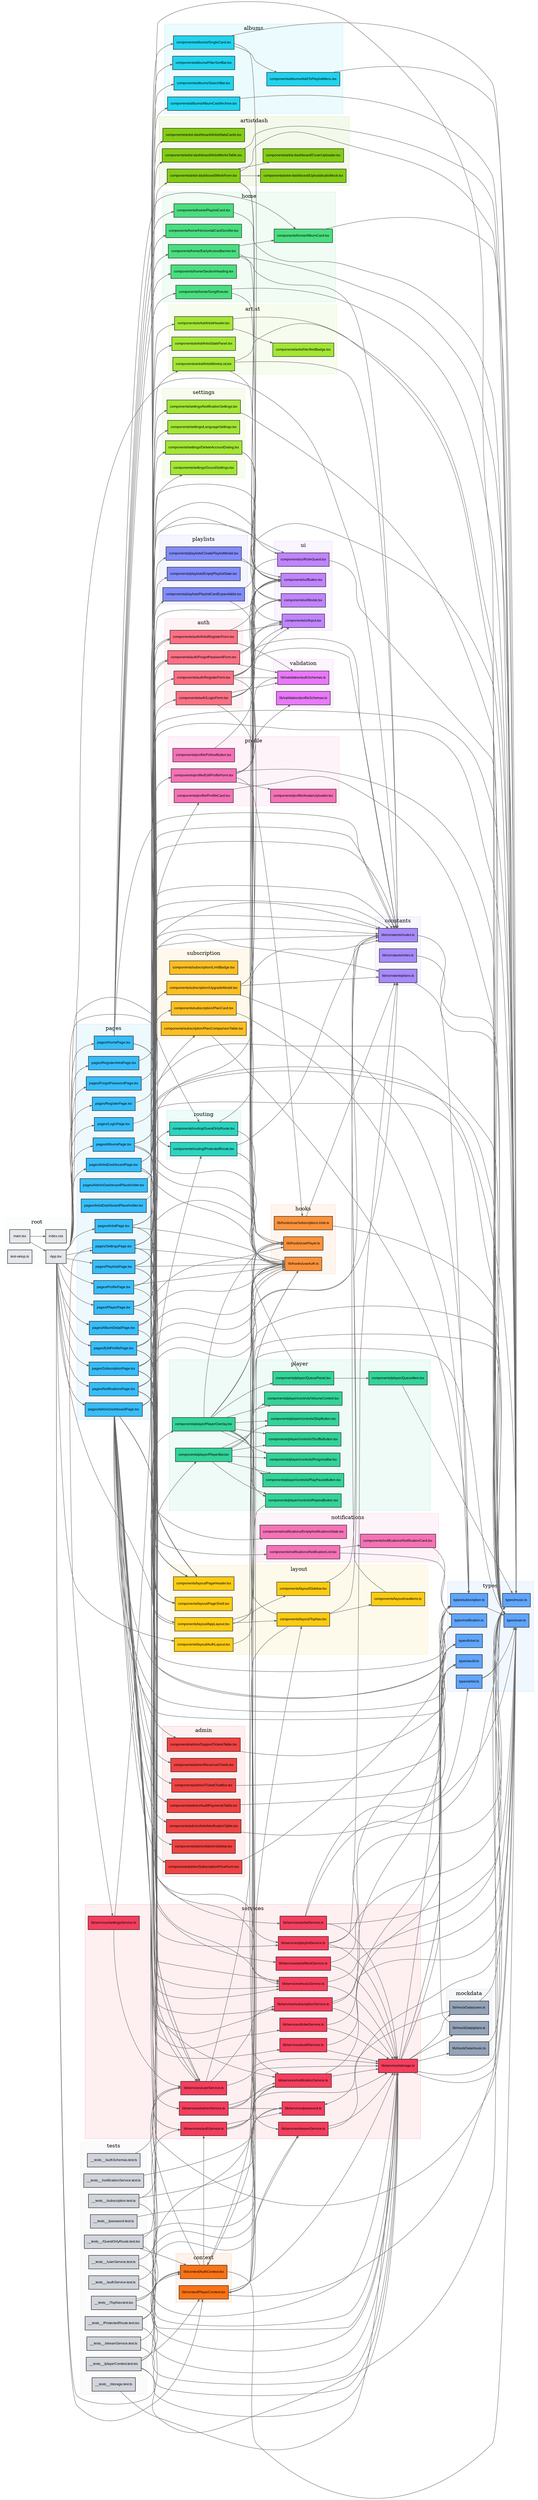
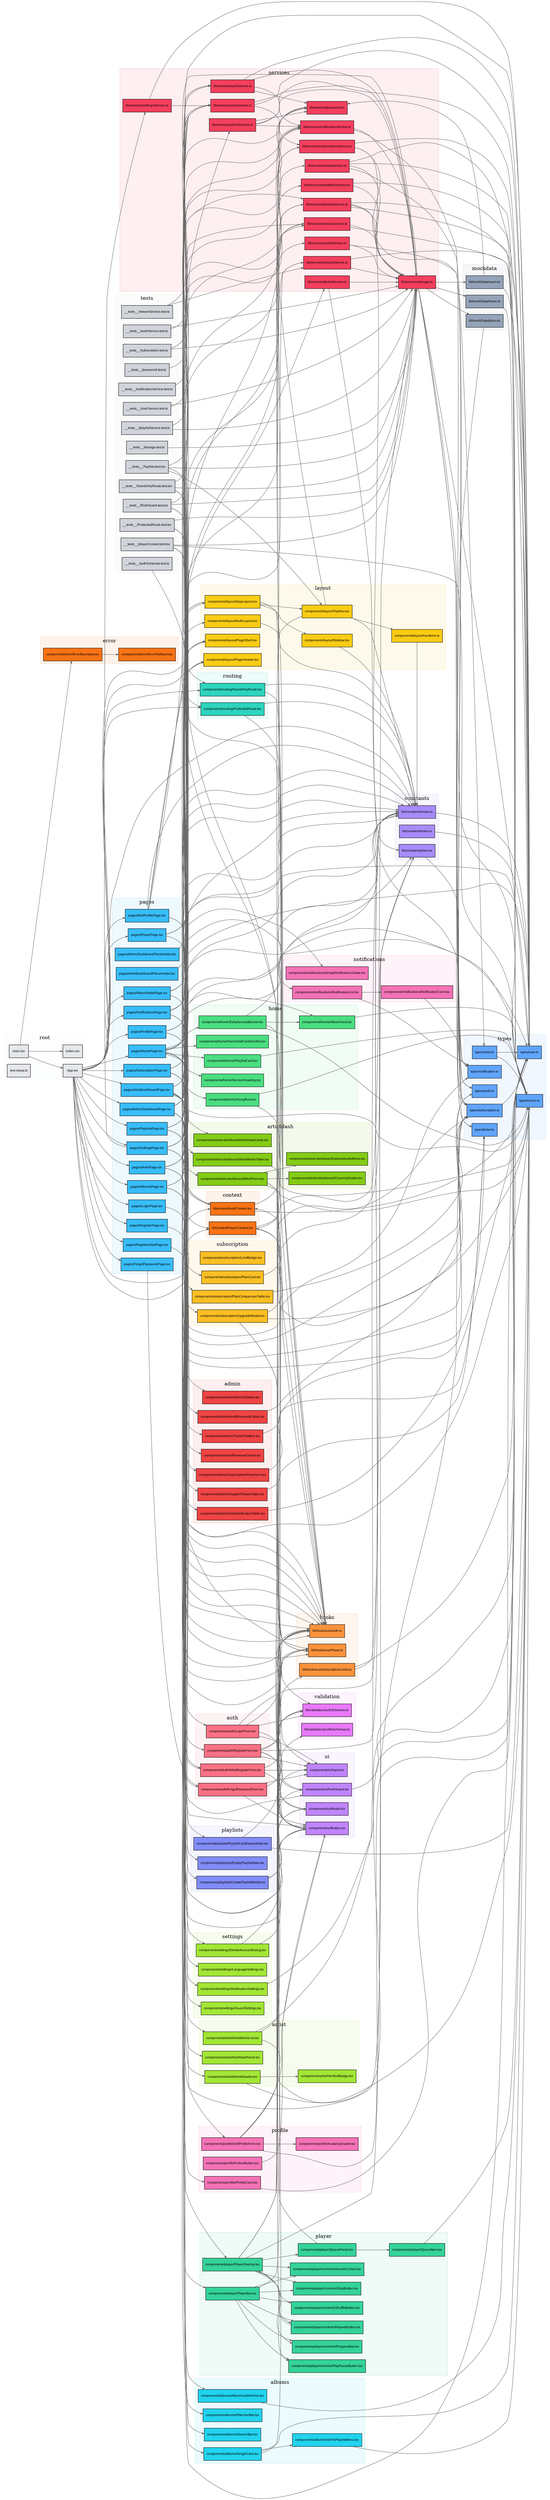
digraph G {
  rankdir=LR;
  node [shape=box, style=filled, fontname="Arial", fontsize=9];
  edge [color="#666666", arrowsize=0.6];
  compound=true;

  subgraph cluster_root {
    label="root";
    style=filled;
    color="#e5e7eb40";
    fillcolor="#e5e7eb15";
    "App.tsx" [fillcolor="#e5e7eb"];
    "index.css" [fillcolor="#e5e7eb"];
    "main.tsx" [fillcolor="#e5e7eb"];
    "test-setup.ts" [fillcolor="#e5e7eb"];
  }

  subgraph cluster_tests {
    label="tests";
    style=filled;
    color="#d1d5db40";
    fillcolor="#d1d5db15";
    "__tests__/GuestOnlyRoute.test.tsx" [fillcolor="#d1d5db"];
    "__tests__/ProtectedRoute.test.tsx" [fillcolor="#d1d5db"];
+     "__tests__/RoleGuard.test.tsx" [fillcolor="#d1d5db"];
    "__tests__/TopNav.test.tsx" [fillcolor="#d1d5db"];
    "__tests__/authSchemas.test.ts" [fillcolor="#d1d5db"];
    "__tests__/authService.test.ts" [fillcolor="#d1d5db"];
    "__tests__/notificationService.test.ts" [fillcolor="#d1d5db"];
    "__tests__/password.test.ts" [fillcolor="#d1d5db"];
    "__tests__/playerContext.test.tsx" [fillcolor="#d1d5db"];
+     "__tests__/playlistService.test.ts" [fillcolor="#d1d5db"];
    "__tests__/storage.test.ts" [fillcolor="#d1d5db"];
    "__tests__/streamService.test.ts" [fillcolor="#d1d5db"];
    "__tests__/subscription.test.ts" [fillcolor="#d1d5db"];
    "__tests__/userService.test.ts" [fillcolor="#d1d5db"];
  }

  subgraph cluster_admin {
    label="admin";
    style=filled;
    color="#ef444440";
    fillcolor="#ef444415";
    "components/admin/AdminSidebar.tsx" [fillcolor="#ef4444"];
    "components/admin/ArtistVerificationTable.tsx" [fillcolor="#ef4444"];
    "components/admin/AuditPaymentsTable.tsx" [fillcolor="#ef4444"];
    "components/admin/RevenueCharts.tsx" [fillcolor="#ef4444"];
    "components/admin/SubscriptionPriceForm.tsx" [fillcolor="#ef4444"];
    "components/admin/SupportTicketsTable.tsx" [fillcolor="#ef4444"];
    "components/admin/TicketChatBox.tsx" [fillcolor="#ef4444"];
  }

  subgraph cluster_albums {
    label="albums";
    style=filled;
    color="#22d3ee40";
    fillcolor="#22d3ee15";
    "components/albums/AddToPlaylistMenu.tsx" [fillcolor="#22d3ee"];
    "components/albums/AlbumCardArchive.tsx" [fillcolor="#22d3ee"];
    "components/albums/FilterSortBar.tsx" [fillcolor="#22d3ee"];
    "components/albums/SearchBar.tsx" [fillcolor="#22d3ee"];
    "components/albums/SingleCard.tsx" [fillcolor="#22d3ee"];
  }

  subgraph cluster_artistdash {
    label="artistdash";
    style=filled;
    color="#84cc1640";
    fillcolor="#84cc1615";
    "components/artist-dashboard/ArtistStatsCards.tsx" [fillcolor="#84cc16"];
    "components/artist-dashboard/ArtistWorksTable.tsx" [fillcolor="#84cc16"];
    "components/artist-dashboard/CoverUploader.tsx" [fillcolor="#84cc16"];
    "components/artist-dashboard/UploadAudioMock.tsx" [fillcolor="#84cc16"];
    "components/artist-dashboard/WorkForm.tsx" [fillcolor="#84cc16"];
  }

  subgraph cluster_artist {
    label="artist";
    style=filled;
    color="#a3e63540";
    fillcolor="#a3e63515";
    "components/artist/ArtistHeader.tsx" [fillcolor="#a3e635"];
    "components/artist/ArtistStatsPanel.tsx" [fillcolor="#a3e635"];
    "components/artist/ArtistWorksList.tsx" [fillcolor="#a3e635"];
    "components/artist/VerifiedBadge.tsx" [fillcolor="#a3e635"];
  }

  subgraph cluster_auth {
    label="auth";
    style=filled;
    color="#fb718540";
    fillcolor="#fb718515";
    "components/auth/ArtistRegisterForm.tsx" [fillcolor="#fb7185"];
    "components/auth/ForgotPasswordForm.tsx" [fillcolor="#fb7185"];
    "components/auth/LoginForm.tsx" [fillcolor="#fb7185"];
    "components/auth/RegisterForm.tsx" [fillcolor="#fb7185"];
+   }
+ 
+   subgraph cluster_error {
+     label="error";
+     style=filled;
+     color="#f9731640";
+     fillcolor="#f9731615";
+     "components/error/ErrorBoundary.tsx" [fillcolor="#f97316"];
+     "components/error/ErrorFallback.tsx" [fillcolor="#f97316"];
  }

  subgraph cluster_home {
    label="home";
    style=filled;
    color="#4ade8040";
    fillcolor="#4ade8015";
    "components/home/AlbumCard.tsx" [fillcolor="#4ade80"];
    "components/home/EarlyAccessBanner.tsx" [fillcolor="#4ade80"];
    "components/home/HorizontalCardScroller.tsx" [fillcolor="#4ade80"];
    "components/home/PlaylistCard.tsx" [fillcolor="#4ade80"];
    "components/home/SectionHeading.tsx" [fillcolor="#4ade80"];
    "components/home/SongRow.tsx" [fillcolor="#4ade80"];
  }

  subgraph cluster_layout {
    label="layout";
    style=filled;
    color="#facc1540";
    fillcolor="#facc1515";
    "components/layout/AppLayout.tsx" [fillcolor="#facc15"];
    "components/layout/AuthLayout.tsx" [fillcolor="#facc15"];
    "components/layout/PageHeader.tsx" [fillcolor="#facc15"];
    "components/layout/PageShell.tsx" [fillcolor="#facc15"];
    "components/layout/Sidebar.tsx" [fillcolor="#facc15"];
    "components/layout/TopNav.tsx" [fillcolor="#facc15"];
    "components/layout/navItems.ts" [fillcolor="#facc15"];
  }

  subgraph cluster_notifications {
    label="notifications";
    style=filled;
    color="#f472b640";
    fillcolor="#f472b615";
    "components/notifications/EmptyNotificationsState.tsx" [fillcolor="#f472b6"];
    "components/notifications/NotificationCard.tsx" [fillcolor="#f472b6"];
    "components/notifications/NotificationList.tsx" [fillcolor="#f472b6"];
  }

  subgraph cluster_player {
    label="player";
    style=filled;
    color="#34d39940";
    fillcolor="#34d39915";
    "components/player/PlayerBar.tsx" [fillcolor="#34d399"];
    "components/player/PlayerOverlay.tsx" [fillcolor="#34d399"];
    "components/player/QueueItem.tsx" [fillcolor="#34d399"];
    "components/player/QueuePanel.tsx" [fillcolor="#34d399"];
    "components/player/controls/PlayPauseButton.tsx" [fillcolor="#34d399"];
    "components/player/controls/ProgressBar.tsx" [fillcolor="#34d399"];
    "components/player/controls/RepeatButton.tsx" [fillcolor="#34d399"];
    "components/player/controls/ShuffleButton.tsx" [fillcolor="#34d399"];
    "components/player/controls/SkipButton.tsx" [fillcolor="#34d399"];
    "components/player/controls/VolumeControl.tsx" [fillcolor="#34d399"];
  }

  subgraph cluster_playlists {
    label="playlists";
    style=filled;
    color="#818cf840";
    fillcolor="#818cf815";
    "components/playlists/CreatePlaylistModal.tsx" [fillcolor="#818cf8"];
    "components/playlists/EmptyPlaylistState.tsx" [fillcolor="#818cf8"];
    "components/playlists/PlaylistCardExpandable.tsx" [fillcolor="#818cf8"];
  }

  subgraph cluster_profile {
    label="profile";
    style=filled;
    color="#f472b640";
    fillcolor="#f472b615";
    "components/profile/AvatarUploader.tsx" [fillcolor="#f472b6"];
    "components/profile/EditProfileForm.tsx" [fillcolor="#f472b6"];
    "components/profile/FollowButton.tsx" [fillcolor="#f472b6"];
    "components/profile/ProfileCard.tsx" [fillcolor="#f472b6"];
  }

  subgraph cluster_routing {
    label="routing";
    style=filled;
    color="#2dd4bf40";
    fillcolor="#2dd4bf15";
    "components/routing/GuestOnlyRoute.tsx" [fillcolor="#2dd4bf"];
    "components/routing/ProtectedRoute.tsx" [fillcolor="#2dd4bf"];
  }

  subgraph cluster_settings {
    label="settings";
    style=filled;
    color="#a3e63540";
    fillcolor="#a3e63515";
    "components/settings/DeleteAccountDialog.tsx" [fillcolor="#a3e635"];
    "components/settings/LanguageSettings.tsx" [fillcolor="#a3e635"];
    "components/settings/NotificationSettings.tsx" [fillcolor="#a3e635"];
    "components/settings/SoundSettings.tsx" [fillcolor="#a3e635"];
  }

  subgraph cluster_subscription {
    label="subscription";
    style=filled;
    color="#fbbf2440";
    fillcolor="#fbbf2415";
    "components/subscription/LimitBadge.tsx" [fillcolor="#fbbf24"];
    "components/subscription/PlanCard.tsx" [fillcolor="#fbbf24"];
    "components/subscription/PlanComparisonTable.tsx" [fillcolor="#fbbf24"];
    "components/subscription/UpgradeModal.tsx" [fillcolor="#fbbf24"];
  }

  subgraph cluster_ui {
    label="ui";
    style=filled;
    color="#c084fc40";
    fillcolor="#c084fc15";
    "components/ui/Button.tsx" [fillcolor="#c084fc"];
    "components/ui/Input.tsx" [fillcolor="#c084fc"];
    "components/ui/Modal.tsx" [fillcolor="#c084fc"];
    "components/ui/RoleGuard.tsx" [fillcolor="#c084fc"];
  }

  subgraph cluster_constants {
    label="constants";
    style=filled;
    color="#a78bfa40";
    fillcolor="#a78bfa15";
    "lib/constants/plans.ts" [fillcolor="#a78bfa"];
    "lib/constants/roles.ts" [fillcolor="#a78bfa"];
    "lib/constants/routes.ts" [fillcolor="#a78bfa"];
  }

  subgraph cluster_context {
    label="context";
    style=filled;
    color="#f9731640";
    fillcolor="#f9731615";
    "lib/context/AuthContext.tsx" [fillcolor="#f97316"];
    "lib/context/PlayerContext.tsx" [fillcolor="#f97316"];
  }

  subgraph cluster_hooks {
    label="hooks";
    style=filled;
    color="#fb923c40";
    fillcolor="#fb923c15";
    "lib/hooks/useAuth.ts" [fillcolor="#fb923c"];
    "lib/hooks/usePlayer.ts" [fillcolor="#fb923c"];
    "lib/hooks/useSubscriptionLimits.ts" [fillcolor="#fb923c"];
  }

  subgraph cluster_mockdata {
    label="mockdata";
    style=filled;
    color="#94a3b840";
    fillcolor="#94a3b815";
    "lib/mockData/music.ts" [fillcolor="#94a3b8"];
    "lib/mockData/plans.ts" [fillcolor="#94a3b8"];
    "lib/mockData/users.ts" [fillcolor="#94a3b8"];
  }

  subgraph cluster_services {
    label="services";
    style=filled;
    color="#f43f5e40";
    fillcolor="#f43f5e15";
    "lib/services/adminService.ts" [fillcolor="#f43f5e"];
    "lib/services/artistService.ts" [fillcolor="#f43f5e"];
    "lib/services/artistWorkService.ts" [fillcolor="#f43f5e"];
    "lib/services/auditService.ts" [fillcolor="#f43f5e"];
    "lib/services/authService.ts" [fillcolor="#f43f5e"];
    "lib/services/musicService.ts" [fillcolor="#f43f5e"];
    "lib/services/notificationService.ts" [fillcolor="#f43f5e"];
    "lib/services/password.ts" [fillcolor="#f43f5e"];
    "lib/services/playlistService.ts" [fillcolor="#f43f5e"];
    "lib/services/settingsService.ts" [fillcolor="#f43f5e"];
    "lib/services/storage.ts" [fillcolor="#f43f5e"];
    "lib/services/streamService.ts" [fillcolor="#f43f5e"];
    "lib/services/subscriptionService.ts" [fillcolor="#f43f5e"];
    "lib/services/ticketService.ts" [fillcolor="#f43f5e"];
    "lib/services/userService.ts" [fillcolor="#f43f5e"];
  }

  subgraph cluster_validation {
    label="validation";
    style=filled;
    color="#e879f940";
    fillcolor="#e879f915";
    "lib/validation/authSchemas.ts" [fillcolor="#e879f9"];
    "lib/validation/profileSchemas.ts" [fillcolor="#e879f9"];
  }

  subgraph cluster_pages {
    label="pages";
    style=filled;
    color="#38bdf840";
    fillcolor="#38bdf815";
    "pages/AdminDashboardPage.tsx" [fillcolor="#38bdf8"];
    "pages/AdminDashboardPlaceholder.tsx" [fillcolor="#38bdf8"];
    "pages/AlbumDetailPage.tsx" [fillcolor="#38bdf8"];
    "pages/AlbumsPage.tsx" [fillcolor="#38bdf8"];
    "pages/ArtistDashboardPage.tsx" [fillcolor="#38bdf8"];
    "pages/ArtistDashboardPlaceholder.tsx" [fillcolor="#38bdf8"];
    "pages/ArtistPage.tsx" [fillcolor="#38bdf8"];
    "pages/EditProfilePage.tsx" [fillcolor="#38bdf8"];
    "pages/ForgotPasswordPage.tsx" [fillcolor="#38bdf8"];
    "pages/HomePage.tsx" [fillcolor="#38bdf8"];
    "pages/LoginPage.tsx" [fillcolor="#38bdf8"];
    "pages/NotificationsPage.tsx" [fillcolor="#38bdf8"];
    "pages/PlayerPage.tsx" [fillcolor="#38bdf8"];
    "pages/PlaylistsPage.tsx" [fillcolor="#38bdf8"];
    "pages/ProfilePage.tsx" [fillcolor="#38bdf8"];
    "pages/RegisterArtistPage.tsx" [fillcolor="#38bdf8"];
    "pages/RegisterPage.tsx" [fillcolor="#38bdf8"];
    "pages/SettingsPage.tsx" [fillcolor="#38bdf8"];
    "pages/SubscriptionPage.tsx" [fillcolor="#38bdf8"];
  }

  subgraph cluster_types {
    label="types";
    style=filled;
    color="#60a5fa40";
    fillcolor="#60a5fa15";
    "types/artist.ts" [fillcolor="#60a5fa"];
    "types/audit.ts" [fillcolor="#60a5fa"];
    "types/music.ts" [fillcolor="#60a5fa"];
    "types/notification.ts" [fillcolor="#60a5fa"];
    "types/subscription.ts" [fillcolor="#60a5fa"];
    "types/ticket.ts" [fillcolor="#60a5fa"];
    "types/user.ts" [fillcolor="#60a5fa"];
  }

  "App.tsx" -> "components/layout/AppLayout.tsx";
  "App.tsx" -> "components/layout/AuthLayout.tsx";
  "App.tsx" -> "components/routing/GuestOnlyRoute.tsx";
  "App.tsx" -> "components/routing/ProtectedRoute.tsx";
  "App.tsx" -> "lib/constants/routes.ts";
  "App.tsx" -> "lib/context/AuthContext.tsx";
  "App.tsx" -> "lib/context/PlayerContext.tsx";
  "App.tsx" -> "pages/AdminDashboardPage.tsx";
  "App.tsx" -> "pages/AlbumDetailPage.tsx";
  "App.tsx" -> "pages/AlbumsPage.tsx";
  "App.tsx" -> "pages/ArtistDashboardPage.tsx";
  "App.tsx" -> "pages/ArtistPage.tsx";
  "App.tsx" -> "pages/EditProfilePage.tsx";
  "App.tsx" -> "pages/ForgotPasswordPage.tsx";
  "App.tsx" -> "pages/HomePage.tsx";
  "App.tsx" -> "pages/LoginPage.tsx";
  "App.tsx" -> "pages/NotificationsPage.tsx";
  "App.tsx" -> "pages/PlayerPage.tsx";
  "App.tsx" -> "pages/PlaylistsPage.tsx";
  "App.tsx" -> "pages/ProfilePage.tsx";
  "App.tsx" -> "pages/RegisterArtistPage.tsx";
  "App.tsx" -> "pages/RegisterPage.tsx";
  "App.tsx" -> "pages/SettingsPage.tsx";
  "App.tsx" -> "pages/SubscriptionPage.tsx";
  "__tests__/GuestOnlyRoute.test.tsx" -> "components/routing/GuestOnlyRoute.tsx";
  "__tests__/GuestOnlyRoute.test.tsx" -> "lib/context/AuthContext.tsx";
  "__tests__/GuestOnlyRoute.test.tsx" -> "lib/services/password.ts";
  "__tests__/GuestOnlyRoute.test.tsx" -> "lib/services/storage.ts";
  "__tests__/ProtectedRoute.test.tsx" -> "components/routing/ProtectedRoute.tsx";
  "__tests__/ProtectedRoute.test.tsx" -> "lib/context/AuthContext.tsx";
  "__tests__/ProtectedRoute.test.tsx" -> "lib/services/storage.ts";
+   "__tests__/RoleGuard.test.tsx" -> "components/ui/RoleGuard.tsx";
+   "__tests__/RoleGuard.test.tsx" -> "lib/context/AuthContext.tsx";
+   "__tests__/RoleGuard.test.tsx" -> "lib/services/storage.ts";
+   "__tests__/RoleGuard.test.tsx" -> "types/user.ts";
  "__tests__/TopNav.test.tsx" -> "components/layout/TopNav.tsx";
  "__tests__/TopNav.test.tsx" -> "lib/context/AuthContext.tsx";
  "__tests__/TopNav.test.tsx" -> "lib/services/password.ts";
  "__tests__/TopNav.test.tsx" -> "lib/services/storage.ts";
  "__tests__/authSchemas.test.ts" -> "lib/validation/authSchemas.ts";
  "__tests__/authService.test.ts" -> "lib/services/authService.ts";
  "__tests__/authService.test.ts" -> "lib/services/storage.ts";
  "__tests__/notificationService.test.ts" -> "lib/services/notificationService.ts";
  "__tests__/password.test.ts" -> "lib/services/password.ts";
  "__tests__/playerContext.test.tsx" -> "lib/context/AuthContext.tsx";
  "__tests__/playerContext.test.tsx" -> "lib/context/PlayerContext.tsx";
  "__tests__/playerContext.test.tsx" -> "lib/hooks/useAuth.ts";
  "__tests__/playerContext.test.tsx" -> "lib/services/storage.ts";
  "__tests__/playerContext.test.tsx" -> "types/music.ts";
+   "__tests__/playlistService.test.ts" -> "lib/services/playlistService.ts";
+   "__tests__/playlistService.test.ts" -> "lib/services/storage.ts";
  "__tests__/storage.test.ts" -> "lib/services/storage.ts";
  "__tests__/streamService.test.ts" -> "lib/services/storage.ts";
  "__tests__/streamService.test.ts" -> "lib/services/streamService.ts";
  "__tests__/subscription.test.ts" -> "lib/services/password.ts";
  "__tests__/subscription.test.ts" -> "lib/services/storage.ts";
  "__tests__/subscription.test.ts" -> "lib/services/userService.ts";
  "__tests__/userService.test.ts" -> "lib/services/storage.ts";
  "__tests__/userService.test.ts" -> "lib/services/userService.ts";
  "components/admin/ArtistVerificationTable.tsx" -> "types/user.ts";
  "components/admin/AuditPaymentsTable.tsx" -> "types/audit.ts";
  "components/admin/SubscriptionPriceForm.tsx" -> "types/subscription.ts";
  "components/admin/SupportTicketsTable.tsx" -> "types/ticket.ts";
  "components/admin/TicketChatBox.tsx" -> "types/ticket.ts";
  "components/albums/AddToPlaylistMenu.tsx" -> "types/music.ts";
  "components/albums/AlbumCardArchive.tsx" -> "types/music.ts";
  "components/albums/SingleCard.tsx" -> "components/albums/AddToPlaylistMenu.tsx";
  "components/albums/SingleCard.tsx" -> "lib/hooks/usePlayer.ts";
  "components/albums/SingleCard.tsx" -> "types/music.ts";
  "components/artist-dashboard/ArtistWorksTable.tsx" -> "types/music.ts";
  "components/artist-dashboard/WorkForm.tsx" -> "components/artist-dashboard/CoverUploader.tsx";
  "components/artist-dashboard/WorkForm.tsx" -> "components/artist-dashboard/UploadAudioMock.tsx";
  "components/artist-dashboard/WorkForm.tsx" -> "components/ui/Button.tsx";
  "components/artist-dashboard/WorkForm.tsx" -> "components/ui/Input.tsx";
  "components/artist-dashboard/WorkForm.tsx" -> "types/music.ts";
  "components/artist/ArtistHeader.tsx" -> "components/artist/VerifiedBadge.tsx";
  "components/artist/ArtistHeader.tsx" -> "types/user.ts";
  "components/artist/ArtistWorksList.tsx" -> "lib/constants/routes.ts";
  "components/artist/ArtistWorksList.tsx" -> "lib/hooks/usePlayer.ts";
  "components/artist/ArtistWorksList.tsx" -> "types/music.ts";
  "components/auth/ArtistRegisterForm.tsx" -> "components/ui/Button.tsx";
  "components/auth/ArtistRegisterForm.tsx" -> "components/ui/Input.tsx";
  "components/auth/ArtistRegisterForm.tsx" -> "lib/services/authService.ts";
  "components/auth/ArtistRegisterForm.tsx" -> "lib/validation/authSchemas.ts";
  "components/auth/ForgotPasswordForm.tsx" -> "components/ui/Button.tsx";
  "components/auth/ForgotPasswordForm.tsx" -> "components/ui/Input.tsx";
  "components/auth/ForgotPasswordForm.tsx" -> "lib/services/authService.ts";
  "components/auth/ForgotPasswordForm.tsx" -> "lib/validation/authSchemas.ts";
  "components/auth/LoginForm.tsx" -> "components/ui/Button.tsx";
  "components/auth/LoginForm.tsx" -> "components/ui/Input.tsx";
  "components/auth/LoginForm.tsx" -> "lib/constants/routes.ts";
  "components/auth/LoginForm.tsx" -> "lib/hooks/useAuth.ts";
  "components/auth/LoginForm.tsx" -> "lib/validation/authSchemas.ts";
  "components/auth/RegisterForm.tsx" -> "components/ui/Button.tsx";
  "components/auth/RegisterForm.tsx" -> "components/ui/Input.tsx";
  "components/auth/RegisterForm.tsx" -> "components/ui/Modal.tsx";
  "components/auth/RegisterForm.tsx" -> "lib/constants/routes.ts";
  "components/auth/RegisterForm.tsx" -> "lib/hooks/useAuth.ts";
  "components/auth/RegisterForm.tsx" -> "lib/validation/authSchemas.ts";
+   "components/error/ErrorBoundary.tsx" -> "components/error/ErrorFallback.tsx";
  "components/home/AlbumCard.tsx" -> "types/music.ts";
  "components/home/EarlyAccessBanner.tsx" -> "components/home/AlbumCard.tsx";
  "components/home/EarlyAccessBanner.tsx" -> "lib/constants/routes.ts";
  "components/home/EarlyAccessBanner.tsx" -> "lib/hooks/useAuth.ts";
  "components/home/EarlyAccessBanner.tsx" -> "types/music.ts";
  "components/home/PlaylistCard.tsx" -> "types/music.ts";
  "components/home/SongRow.tsx" -> "lib/hooks/usePlayer.ts";
  "components/home/SongRow.tsx" -> "types/music.ts";
  "components/layout/AppLayout.tsx" -> "components/layout/Sidebar.tsx";
  "components/layout/AppLayout.tsx" -> "components/layout/TopNav.tsx";
  "components/layout/AppLayout.tsx" -> "components/player/PlayerBar.tsx";
  "components/layout/AppLayout.tsx" -> "components/player/PlayerOverlay.tsx";
  "components/layout/AppLayout.tsx" -> "lib/hooks/useAuth.ts";
  "components/layout/AppLayout.tsx" -> "lib/hooks/usePlayer.ts";
  "components/layout/AuthLayout.tsx" -> "lib/constants/routes.ts";
  "components/layout/Sidebar.tsx" -> "lib/constants/routes.ts";
  "components/layout/TopNav.tsx" -> "components/layout/navItems.ts";
  "components/layout/TopNav.tsx" -> "lib/constants/routes.ts";
  "components/layout/TopNav.tsx" -> "lib/hooks/useAuth.ts";
  "components/layout/TopNav.tsx" -> "lib/services/notificationService.ts";
  "components/layout/navItems.ts" -> "lib/constants/routes.ts";
  "components/notifications/NotificationCard.tsx" -> "types/notification.ts";
  "components/notifications/NotificationList.tsx" -> "components/notifications/NotificationCard.tsx";
  "components/notifications/NotificationList.tsx" -> "types/notification.ts";
  "components/player/PlayerBar.tsx" -> "components/player/controls/PlayPauseButton.tsx";
  "components/player/PlayerBar.tsx" -> "components/player/controls/ProgressBar.tsx";
  "components/player/PlayerBar.tsx" -> "components/player/controls/RepeatButton.tsx";
  "components/player/PlayerBar.tsx" -> "components/player/controls/ShuffleButton.tsx";
  "components/player/PlayerBar.tsx" -> "components/player/controls/SkipButton.tsx";
  "components/player/PlayerBar.tsx" -> "components/player/controls/VolumeControl.tsx";
  "components/player/PlayerBar.tsx" -> "lib/hooks/usePlayer.ts";
  "components/player/PlayerOverlay.tsx" -> "components/player/QueuePanel.tsx";
  "components/player/PlayerOverlay.tsx" -> "components/player/controls/PlayPauseButton.tsx";
  "components/player/PlayerOverlay.tsx" -> "components/player/controls/ProgressBar.tsx";
  "components/player/PlayerOverlay.tsx" -> "components/player/controls/RepeatButton.tsx";
  "components/player/PlayerOverlay.tsx" -> "components/player/controls/ShuffleButton.tsx";
  "components/player/PlayerOverlay.tsx" -> "components/player/controls/SkipButton.tsx";
  "components/player/PlayerOverlay.tsx" -> "components/player/controls/VolumeControl.tsx";
  "components/player/PlayerOverlay.tsx" -> "lib/constants/plans.ts";
  "components/player/PlayerOverlay.tsx" -> "lib/hooks/useAuth.ts";
  "components/player/PlayerOverlay.tsx" -> "lib/hooks/usePlayer.ts";
  "components/player/PlayerOverlay.tsx" -> "lib/services/streamService.ts";
  "components/player/QueueItem.tsx" -> "types/music.ts";
  "components/player/QueuePanel.tsx" -> "components/player/QueueItem.tsx";
  "components/player/QueuePanel.tsx" -> "lib/hooks/usePlayer.ts";
-   "components/player/controls/RepeatButton.tsx" -> "lib/context/PlayerContext.tsx";
+   "components/player/controls/RepeatButton.tsx" -> "lib/hooks/usePlayer.ts";
  "components/playlists/CreatePlaylistModal.tsx" -> "components/ui/Button.tsx";
  "components/playlists/CreatePlaylistModal.tsx" -> "components/ui/Modal.tsx";
  "components/playlists/PlaylistCardExpandable.tsx" -> "lib/hooks/usePlayer.ts";
  "components/playlists/PlaylistCardExpandable.tsx" -> "types/music.ts";
  "components/profile/EditProfileForm.tsx" -> "components/profile/AvatarUploader.tsx";
  "components/profile/EditProfileForm.tsx" -> "components/ui/Button.tsx";
  "components/profile/EditProfileForm.tsx" -> "components/ui/Input.tsx";
  "components/profile/EditProfileForm.tsx" -> "lib/hooks/useSubscriptionLimits.ts";
  "components/profile/EditProfileForm.tsx" -> "lib/validation/profileSchemas.ts";
  "components/profile/EditProfileForm.tsx" -> "types/user.ts";
  "components/profile/FollowButton.tsx" -> "components/ui/Button.tsx";
  "components/profile/ProfileCard.tsx" -> "types/user.ts";
  "components/routing/GuestOnlyRoute.tsx" -> "lib/constants/routes.ts";
  "components/routing/GuestOnlyRoute.tsx" -> "lib/hooks/useAuth.ts";
  "components/routing/ProtectedRoute.tsx" -> "lib/constants/routes.ts";
  "components/routing/ProtectedRoute.tsx" -> "lib/hooks/useAuth.ts";
  "components/settings/DeleteAccountDialog.tsx" -> "components/ui/Button.tsx";
  "components/settings/DeleteAccountDialog.tsx" -> "components/ui/Modal.tsx";
  "components/settings/NotificationSettings.tsx" -> "types/user.ts";
  "components/subscription/PlanCard.tsx" -> "types/subscription.ts";
  "components/subscription/PlanComparisonTable.tsx" -> "types/subscription.ts";
  "components/subscription/UpgradeModal.tsx" -> "components/ui/Button.tsx";
  "components/subscription/UpgradeModal.tsx" -> "components/ui/Modal.tsx";
  "components/subscription/UpgradeModal.tsx" -> "lib/constants/plans.ts";
  "components/subscription/UpgradeModal.tsx" -> "types/subscription.ts";
  "components/ui/RoleGuard.tsx" -> "lib/hooks/useAuth.ts";
  "components/ui/RoleGuard.tsx" -> "types/user.ts";
  "lib/constants/plans.ts" -> "types/subscription.ts";
  "lib/constants/roles.ts" -> "types/user.ts";
  "lib/constants/routes.ts" -> "types/user.ts";
  "lib/context/AuthContext.tsx" -> "lib/services/authService.ts";
  "lib/context/AuthContext.tsx" -> "lib/services/notificationService.ts";
  "lib/context/AuthContext.tsx" -> "lib/services/userService.ts";
  "lib/context/AuthContext.tsx" -> "types/user.ts";
  "lib/context/PlayerContext.tsx" -> "lib/hooks/useAuth.ts";
  "lib/context/PlayerContext.tsx" -> "lib/services/storage.ts";
  "lib/context/PlayerContext.tsx" -> "lib/services/streamService.ts";
  "lib/context/PlayerContext.tsx" -> "types/music.ts";
  "lib/hooks/useAuth.ts" -> "lib/context/AuthContext.tsx";
  "lib/hooks/usePlayer.ts" -> "lib/context/PlayerContext.tsx";
  "lib/hooks/useSubscriptionLimits.ts" -> "lib/constants/plans.ts";
  "lib/hooks/useSubscriptionLimits.ts" -> "types/user.ts";
  "lib/mockData/music.ts" -> "types/music.ts";
  "lib/mockData/plans.ts" -> "types/subscription.ts";
  "lib/mockData/users.ts" -> "lib/services/password.ts";
  "lib/mockData/users.ts" -> "types/user.ts";
  "lib/services/adminService.ts" -> "lib/services/notificationService.ts";
  "lib/services/adminService.ts" -> "lib/services/password.ts";
  "lib/services/adminService.ts" -> "lib/services/storage.ts";
  "lib/services/adminService.ts" -> "types/user.ts";
  "lib/services/artistService.ts" -> "lib/services/storage.ts";
  "lib/services/artistService.ts" -> "types/artist.ts";
  "lib/services/artistService.ts" -> "types/music.ts";
  "lib/services/artistService.ts" -> "types/user.ts";
  "lib/services/artistWorkService.ts" -> "lib/services/storage.ts";
  "lib/services/artistWorkService.ts" -> "types/music.ts";
  "lib/services/auditService.ts" -> "lib/services/storage.ts";
  "lib/services/auditService.ts" -> "types/audit.ts";
  "lib/services/authService.ts" -> "lib/services/notificationService.ts";
  "lib/services/authService.ts" -> "lib/services/password.ts";
  "lib/services/authService.ts" -> "lib/services/storage.ts";
  "lib/services/authService.ts" -> "types/user.ts";
  "lib/services/musicService.ts" -> "lib/services/storage.ts";
  "lib/services/musicService.ts" -> "types/music.ts";
  "lib/services/notificationService.ts" -> "lib/services/storage.ts";
  "lib/services/notificationService.ts" -> "types/notification.ts";
  "lib/services/playlistService.ts" -> "lib/constants/plans.ts";
  "lib/services/playlistService.ts" -> "lib/services/storage.ts";
  "lib/services/playlistService.ts" -> "types/music.ts";
  "lib/services/playlistService.ts" -> "types/user.ts";
  "lib/services/settingsService.ts" -> "lib/services/userService.ts";
  "lib/services/settingsService.ts" -> "types/user.ts";
  "lib/services/storage.ts" -> "lib/mockData/music.ts";
  "lib/services/storage.ts" -> "lib/mockData/plans.ts";
  "lib/services/storage.ts" -> "lib/mockData/users.ts";
  "lib/services/storage.ts" -> "types/audit.ts";
  "lib/services/storage.ts" -> "types/music.ts";
  "lib/services/storage.ts" -> "types/notification.ts";
  "lib/services/storage.ts" -> "types/subscription.ts";
  "lib/services/storage.ts" -> "types/ticket.ts";
  "lib/services/storage.ts" -> "types/user.ts";
  "lib/services/streamService.ts" -> "lib/services/storage.ts";
  "lib/services/streamService.ts" -> "types/user.ts";
  "lib/services/subscriptionService.ts" -> "lib/services/storage.ts";
  "lib/services/subscriptionService.ts" -> "types/subscription.ts";
  "lib/services/subscriptionService.ts" -> "types/user.ts";
  "lib/services/ticketService.ts" -> "lib/services/storage.ts";
  "lib/services/ticketService.ts" -> "types/ticket.ts";
  "lib/services/userService.ts" -> "lib/services/storage.ts";
  "lib/services/userService.ts" -> "lib/services/subscriptionService.ts";
  "lib/services/userService.ts" -> "types/user.ts";
  "main.tsx" -> "App.tsx";
+   "main.tsx" -> "components/error/ErrorBoundary.tsx";
  "main.tsx" -> "index.css";
  "pages/AdminDashboardPage.tsx" -> "components/admin/AdminSidebar.tsx";
  "pages/AdminDashboardPage.tsx" -> "components/admin/ArtistVerificationTable.tsx";
  "pages/AdminDashboardPage.tsx" -> "components/admin/AuditPaymentsTable.tsx";
  "pages/AdminDashboardPage.tsx" -> "components/admin/RevenueCharts.tsx";
  "pages/AdminDashboardPage.tsx" -> "components/admin/SubscriptionPriceForm.tsx";
  "pages/AdminDashboardPage.tsx" -> "components/admin/SupportTicketsTable.tsx";
  "pages/AdminDashboardPage.tsx" -> "components/admin/TicketChatBox.tsx";
  "pages/AdminDashboardPage.tsx" -> "components/layout/PageHeader.tsx";
  "pages/AdminDashboardPage.tsx" -> "components/layout/PageShell.tsx";
  "pages/AdminDashboardPage.tsx" -> "components/ui/RoleGuard.tsx";
  "pages/AdminDashboardPage.tsx" -> "lib/hooks/useAuth.ts";
  "pages/AdminDashboardPage.tsx" -> "lib/services/adminService.ts";
  "pages/AdminDashboardPage.tsx" -> "lib/services/auditService.ts";
  "pages/AdminDashboardPage.tsx" -> "lib/services/subscriptionService.ts";
  "pages/AdminDashboardPage.tsx" -> "lib/services/ticketService.ts";
  "pages/AdminDashboardPage.tsx" -> "types/audit.ts";
  "pages/AdminDashboardPage.tsx" -> "types/subscription.ts";
  "pages/AdminDashboardPage.tsx" -> "types/ticket.ts";
  "pages/AdminDashboardPage.tsx" -> "types/user.ts";
  "pages/AdminDashboardPlaceholder.tsx" -> "lib/constants/routes.ts";
  "pages/AlbumDetailPage.tsx" -> "lib/constants/routes.ts";
  "pages/AlbumDetailPage.tsx" -> "lib/hooks/usePlayer.ts";
  "pages/AlbumDetailPage.tsx" -> "lib/services/musicService.ts";
  "pages/AlbumsPage.tsx" -> "components/albums/AlbumCardArchive.tsx";
  "pages/AlbumsPage.tsx" -> "components/albums/FilterSortBar.tsx";
  "pages/AlbumsPage.tsx" -> "components/albums/SearchBar.tsx";
  "pages/AlbumsPage.tsx" -> "components/albums/SingleCard.tsx";
  "pages/AlbumsPage.tsx" -> "components/layout/PageHeader.tsx";
  "pages/AlbumsPage.tsx" -> "lib/hooks/useAuth.ts";
  "pages/AlbumsPage.tsx" -> "lib/services/musicService.ts";
  "pages/AlbumsPage.tsx" -> "lib/services/playlistService.ts";
  "pages/AlbumsPage.tsx" -> "types/music.ts";
  "pages/ArtistDashboardPage.tsx" -> "components/artist-dashboard/ArtistStatsCards.tsx";
  "pages/ArtistDashboardPage.tsx" -> "components/artist-dashboard/ArtistWorksTable.tsx";
  "pages/ArtistDashboardPage.tsx" -> "components/artist-dashboard/WorkForm.tsx";
  "pages/ArtistDashboardPage.tsx" -> "components/layout/PageHeader.tsx";
  "pages/ArtistDashboardPage.tsx" -> "components/layout/PageShell.tsx";
  "pages/ArtistDashboardPage.tsx" -> "components/ui/Button.tsx";
  "pages/ArtistDashboardPage.tsx" -> "components/ui/RoleGuard.tsx";
  "pages/ArtistDashboardPage.tsx" -> "lib/hooks/useAuth.ts";
  "pages/ArtistDashboardPage.tsx" -> "lib/services/artistWorkService.ts";
  "pages/ArtistDashboardPage.tsx" -> "types/music.ts";
  "pages/ArtistDashboardPlaceholder.tsx" -> "lib/constants/routes.ts";
  "pages/ArtistPage.tsx" -> "components/artist/ArtistHeader.tsx";
  "pages/ArtistPage.tsx" -> "components/artist/ArtistStatsPanel.tsx";
  "pages/ArtistPage.tsx" -> "components/artist/ArtistWorksList.tsx";
  "pages/ArtistPage.tsx" -> "lib/constants/plans.ts";
  "pages/ArtistPage.tsx" -> "lib/constants/routes.ts";
  "pages/ArtistPage.tsx" -> "lib/hooks/useAuth.ts";
  "pages/ArtistPage.tsx" -> "lib/services/artistService.ts";
  "pages/ArtistPage.tsx" -> "lib/services/userService.ts";
  "pages/ArtistPage.tsx" -> "types/user.ts";
  "pages/EditProfilePage.tsx" -> "components/layout/PageHeader.tsx";
  "pages/EditProfilePage.tsx" -> "components/layout/PageShell.tsx";
  "pages/EditProfilePage.tsx" -> "components/profile/EditProfileForm.tsx";
  "pages/EditProfilePage.tsx" -> "lib/constants/routes.ts";
  "pages/EditProfilePage.tsx" -> "lib/hooks/useAuth.ts";
  "pages/EditProfilePage.tsx" -> "lib/services/userService.ts";
  "pages/ForgotPasswordPage.tsx" -> "components/auth/ForgotPasswordForm.tsx";
  "pages/HomePage.tsx" -> "components/home/AlbumCard.tsx";
  "pages/HomePage.tsx" -> "components/home/EarlyAccessBanner.tsx";
  "pages/HomePage.tsx" -> "components/home/HorizontalCardScroller.tsx";
  "pages/HomePage.tsx" -> "components/home/PlaylistCard.tsx";
  "pages/HomePage.tsx" -> "components/home/SectionHeading.tsx";
  "pages/HomePage.tsx" -> "components/home/SongRow.tsx";
  "pages/HomePage.tsx" -> "lib/constants/routes.ts";
  "pages/HomePage.tsx" -> "lib/hooks/useAuth.ts";
  "pages/HomePage.tsx" -> "lib/services/musicService.ts";
  "pages/LoginPage.tsx" -> "components/auth/LoginForm.tsx";
  "pages/NotificationsPage.tsx" -> "components/layout/PageHeader.tsx";
  "pages/NotificationsPage.tsx" -> "components/layout/PageShell.tsx";
  "pages/NotificationsPage.tsx" -> "components/notifications/EmptyNotificationsState.tsx";
  "pages/NotificationsPage.tsx" -> "components/notifications/NotificationList.tsx";
  "pages/NotificationsPage.tsx" -> "components/ui/Button.tsx";
  "pages/NotificationsPage.tsx" -> "lib/hooks/useAuth.ts";
  "pages/NotificationsPage.tsx" -> "lib/services/notificationService.ts";
  "pages/NotificationsPage.tsx" -> "types/notification.ts";
  "pages/PlayerPage.tsx" -> "lib/constants/routes.ts";
  "pages/PlayerPage.tsx" -> "lib/hooks/usePlayer.ts";
  "pages/PlayerPage.tsx" -> "lib/services/musicService.ts";
  "pages/PlaylistsPage.tsx" -> "components/layout/PageHeader.tsx";
  "pages/PlaylistsPage.tsx" -> "components/playlists/CreatePlaylistModal.tsx";
  "pages/PlaylistsPage.tsx" -> "components/playlists/EmptyPlaylistState.tsx";
  "pages/PlaylistsPage.tsx" -> "components/playlists/PlaylistCardExpandable.tsx";
  "pages/PlaylistsPage.tsx" -> "components/ui/Button.tsx";
  "pages/PlaylistsPage.tsx" -> "lib/hooks/useAuth.ts";
  "pages/PlaylistsPage.tsx" -> "lib/services/musicService.ts";
  "pages/PlaylistsPage.tsx" -> "lib/services/playlistService.ts";
  "pages/PlaylistsPage.tsx" -> "types/music.ts";
  "pages/ProfilePage.tsx" -> "components/profile/ProfileCard.tsx";
  "pages/ProfilePage.tsx" -> "lib/constants/routes.ts";
  "pages/ProfilePage.tsx" -> "lib/hooks/useAuth.ts";
  "pages/ProfilePage.tsx" -> "lib/services/userService.ts";
  "pages/ProfilePage.tsx" -> "types/user.ts";
  "pages/RegisterArtistPage.tsx" -> "components/auth/ArtistRegisterForm.tsx";
  "pages/RegisterPage.tsx" -> "components/auth/RegisterForm.tsx";
  "pages/SettingsPage.tsx" -> "components/layout/PageHeader.tsx";
  "pages/SettingsPage.tsx" -> "components/layout/PageShell.tsx";
  "pages/SettingsPage.tsx" -> "components/settings/DeleteAccountDialog.tsx";
  "pages/SettingsPage.tsx" -> "components/settings/LanguageSettings.tsx";
  "pages/SettingsPage.tsx" -> "components/settings/NotificationSettings.tsx";
  "pages/SettingsPage.tsx" -> "components/settings/SoundSettings.tsx";
  "pages/SettingsPage.tsx" -> "lib/constants/routes.ts";
  "pages/SettingsPage.tsx" -> "lib/hooks/useAuth.ts";
  "pages/SettingsPage.tsx" -> "lib/services/settingsService.ts";
  "pages/SettingsPage.tsx" -> "lib/services/userService.ts";
  "pages/SettingsPage.tsx" -> "types/user.ts";
  "pages/SubscriptionPage.tsx" -> "components/layout/PageHeader.tsx";
  "pages/SubscriptionPage.tsx" -> "components/layout/PageShell.tsx";
  "pages/SubscriptionPage.tsx" -> "components/subscription/PlanCard.tsx";
  "pages/SubscriptionPage.tsx" -> "components/subscription/PlanComparisonTable.tsx";
  "pages/SubscriptionPage.tsx" -> "components/subscription/UpgradeModal.tsx";
  "pages/SubscriptionPage.tsx" -> "lib/hooks/useAuth.ts";
  "pages/SubscriptionPage.tsx" -> "lib/services/subscriptionService.ts";
  "pages/SubscriptionPage.tsx" -> "lib/services/userService.ts";
  "pages/SubscriptionPage.tsx" -> "types/subscription.ts";
  "types/artist.ts" -> "types/music.ts";
  "types/artist.ts" -> "types/user.ts";
  "types/subscription.ts" -> "types/user.ts";
}
